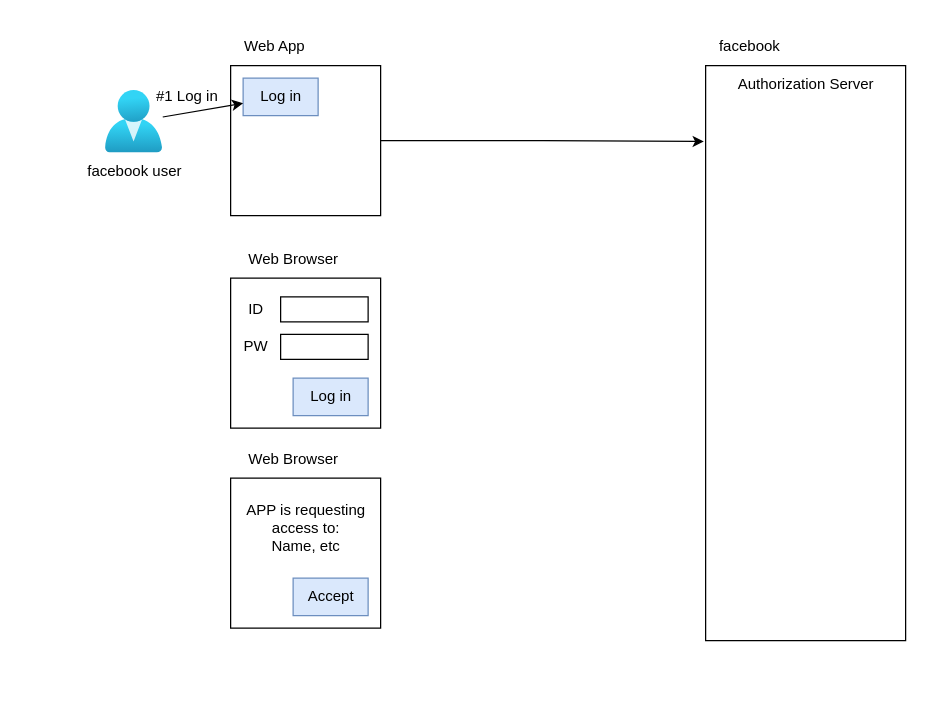
Before: 名称未設定ファイル.drawio in developer-onizuka/OAuth2.0_facebook, a draw.io diagram. Source tidied: cells renumbered, new cells numbered last; positions are measured from the earlier drawing's top-left corner, leaving out a move shared by most shapes. Both pictures are drawn from the tidied source at 125%, with x=0, y=0 at pixel (71, 28).
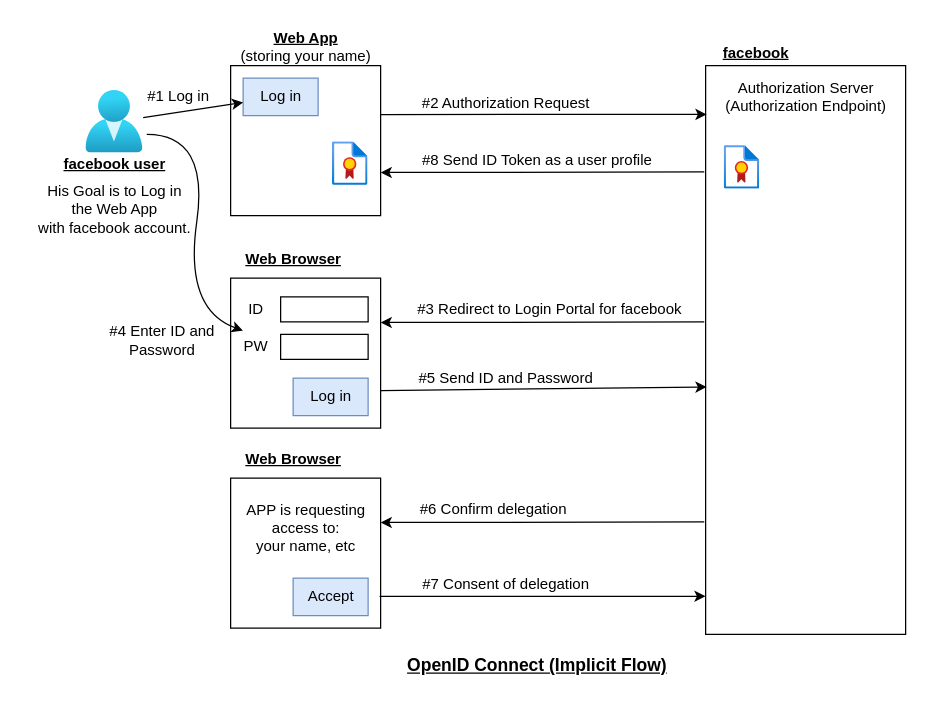
The same page after the edit.

Unchanged cells that the change refers to:
```xml
<mxCell id="4" style="whiteSpace=wrap;html=1;" parent="1" vertex="1">
  <mxGeometry x="127" y="30" width="120" height="120" as="geometry" />
</mxCell>
<mxCell id="12" style="whiteSpace=wrap;html=1;" parent="1" vertex="1">
  <mxGeometry x="127" y="200" width="120" height="120" as="geometry" />
</mxCell>
<mxCell id="17" value="PW" style="text;html=1;align=center;verticalAlign=middle;points=[];strokeColor=none;fillColor=none;" parent="1" vertex="1">
  <mxGeometry x="127" y="240" width="40" height="30" as="geometry" />
</mxCell>
```

The edit, as a diff of the source:
```diff
@@
     <mxCell id="2" style="rounded=0;whiteSpace=wrap;html=1;fillColor=#FFFFFF;" parent="1" vertex="1">
-      <mxGeometry x="507" y="30" width="160" height="460" as="geometry" />
+      <mxGeometry x="507" y="30" width="160" height="455" as="geometry" />
     </mxCell>
-    <mxCell id="3" style="edgeStyle=orthogonalEdgeStyle;rounded=0;jettySize=auto;html=1;exitX=1;exitY=0.5;exitDx=0;exitDy=0;entryX=-0.009;entryY=0.132;entryDx=0;entryDy=0;entryPerimeter=0;" parent="1" edge="1" source="4" target="2">
-      <mxGeometry relative="1" as="geometry" />
-    </mxCell>
@@
-    <mxCell id="5" value="Web App" style="text;html=1;align=center;verticalAlign=middle;strokeColor=none;fillColor=none;" parent="1" vertex="1">
-      <mxGeometry x="127" width="70" height="30" as="geometry" />
+    <mxCell id="5" value="&lt;b&gt;&lt;u&gt;Web App&lt;br&gt;&lt;/u&gt;&lt;/b&gt;(storing your name)" style="text;html=1;align=center;verticalAlign=middle;strokeColor=none;fillColor=none;" parent="1" vertex="1">
+      <mxGeometry x="122" y="-5" width="130" height="40" as="geometry" />
     </mxCell>
@@
     <mxCell id="8" style="html=1;points=[];align=center;image;fontSize=12;image=img/lib/azure2/identity/Users.svg;" parent="1" vertex="1">
-      <mxGeometry x="27" y="50" width="45.7" height="50" as="geometry" />
+      <mxGeometry x="11.3" y="50" width="45.7" height="50" as="geometry" />
     </mxCell>
-    <mxCell id="9" value="facebook user" style="text;html=1;align=center;verticalAlign=middle;strokeColor=none;fillColor=none;" parent="1" vertex="1">
-      <mxGeometry x="-0.1" y="100" width="100" height="30" as="geometry" />
+    <mxCell id="9" value="&lt;b&gt;&lt;u&gt;facebook user&lt;/u&gt;&lt;/b&gt;" style="text;html=1;align=center;verticalAlign=middle;strokeColor=none;fillColor=none;" parent="1" vertex="1">
+      <mxGeometry x="-15.8" y="94" width="100" height="30" as="geometry" />
     </mxCell>
-    <mxCell id="10" value="facebook" style="text;html=1;align=center;verticalAlign=middle;strokeColor=none;fillColor=none;" parent="1" vertex="1">
-      <mxGeometry x="507" width="70" height="30" as="geometry" />
+    <mxCell id="10" value="&lt;b&gt;&lt;u&gt;facebook&lt;/u&gt;&lt;/b&gt;" style="text;html=1;align=center;verticalAlign=middle;strokeColor=none;fillColor=none;" parent="1" vertex="1">
+      <mxGeometry x="507" y="5" width="80" height="30" as="geometry" />
     </mxCell>
-    <mxCell id="11" value="Authorization Server" style="text;html=1;align=center;verticalAlign=middle;strokeColor=none;fillColor=none;" parent="1" vertex="1">
-      <mxGeometry x="522" y="30" width="130" height="30" as="geometry" />
+    <mxCell id="11" value="Authorization Server&lt;br&gt;(Authorization Endpoint)" style="text;html=1;align=center;verticalAlign=middle;strokeColor=none;fillColor=none;" parent="1" vertex="1">
+      <mxGeometry x="512" y="35" width="150" height="40" as="geometry" />
     </mxCell>
@@
-    <mxCell id="13" value="Web Browser" style="text;html=1;align=center;verticalAlign=middle;strokeColor=none;fillColor=none;" parent="1" vertex="1">
+    <mxCell id="13" value="&lt;b&gt;&lt;u&gt;Web Browser&lt;/u&gt;&lt;/b&gt;" style="text;html=1;align=center;verticalAlign=middle;strokeColor=none;fillColor=none;" parent="1" vertex="1">
       <mxGeometry x="127" y="170" width="100" height="30" as="geometry" />
     </mxCell>
@@
-    <mxCell id="21" value="Web Browser" style="text;html=1;align=center;verticalAlign=middle;strokeColor=none;fillColor=none;" parent="1" vertex="1">
+    <mxCell id="21" value="&lt;b&gt;&lt;u&gt;Web Browser&lt;/u&gt;&lt;/b&gt;" style="text;html=1;align=center;verticalAlign=middle;strokeColor=none;fillColor=none;" parent="1" vertex="1">
       <mxGeometry x="127" y="330" width="100" height="30" as="geometry" />
     </mxCell>
-    <mxCell id="22" value="APP is requesting &lt;br&gt;access to:&lt;br&gt;Name, etc" style="text;html=1;align=center;verticalAlign=middle;strokeColor=none;fillColor=none;" parent="1" vertex="1">
+    <mxCell id="22" value="APP is requesting &lt;br&gt;access to:&lt;br&gt;your name, etc" style="text;html=1;align=center;verticalAlign=middle;strokeColor=none;fillColor=none;" parent="1" vertex="1">
       <mxGeometry x="127" y="370" width="120" height="60" as="geometry" />
     </mxCell>
@@
     <mxCell id="26" value="#1 Log in" style="text;html=1;align=center;verticalAlign=middle;strokeColor=none;fillColor=none;" parent="1" vertex="1">
-      <mxGeometry x="57" y="40" width="70" height="30" as="geometry" />
+      <mxGeometry x="49.9" y="40" width="70" height="30" as="geometry" />
     </mxCell>
+    <mxCell id="27" value="#3 Redirect to Login Portal for facebook" style="text;html=1;align=center;verticalAlign=middle;strokeColor=none;fillColor=none;" parent="1" vertex="1">
+      <mxGeometry x="267" y="210" width="230" height="30" as="geometry" />
+    </mxCell>
+    <mxCell id="28" value="His Goal is to Log in &lt;br&gt;the Web App &lt;br&gt;with facebook account." style="text;html=1;align=center;verticalAlign=middle;strokeColor=none;fillColor=none;" parent="1" vertex="1">
+      <mxGeometry x="-40.8" y="115" width="150" height="60" as="geometry" />
+    </mxCell>
+    <mxCell id="29" style="endArrow=classic;html=1;rounded=0;exitX=1;exitY=0.75;exitDx=0;exitDy=0;entryX=0.005;entryY=0.565;entryDx=0;entryDy=0;entryPerimeter=0;" parent="1" edge="1" source="12" target="2">
+      <mxGeometry relative="1" as="geometry" />
+    </mxCell>
+    <mxCell id="30" style="curved=1;endArrow=classic;html=1;rounded=0;entryX=0.247;entryY=0.067;entryDx=0;entryDy=0;entryPerimeter=0;" parent="1" edge="1" target="17">
+      <mxGeometry relative="1" as="geometry">
+        <mxPoint x="59.9" y="85" as="sourcePoint" />
+        <Array as="points">
+          <mxPoint x="109.9" y="85" />
+          <mxPoint x="89.9" y="225" />
+        </Array>
+      </mxGeometry>
+    </mxCell>
+    <mxCell id="31" value="#4 Enter ID and &lt;br&gt;Password" style="text;html=1;align=center;verticalAlign=middle;strokeColor=none;fillColor=none;" parent="1" vertex="1">
+      <mxGeometry x="17" y="230" width="110" height="40" as="geometry" />
+    </mxCell>
+    <mxCell id="32" value="#2 Authorization Request" style="text;html=1;align=center;verticalAlign=middle;strokeColor=none;fillColor=none;" parent="1" vertex="1">
+      <mxGeometry x="267" y="45" width="160" height="30" as="geometry" />
+    </mxCell>
+    <mxCell id="33" style="endArrow=classic;html=1;rounded=0;exitX=1;exitY=0.75;exitDx=0;exitDy=0;entryX=0.005;entryY=0.565;entryDx=0;entryDy=0;entryPerimeter=0;" parent="1" edge="1">
+      <mxGeometry relative="1" as="geometry">
+        <mxPoint x="247" y="69.1" as="sourcePoint" />
+        <mxPoint x="507.8" y="69" as="targetPoint" />
+      </mxGeometry>
+    </mxCell>
+    <mxCell id="34" style="endArrow=classic;html=1;rounded=0;entryX=1;entryY=0.75;entryDx=0;entryDy=0;exitX=-0.007;exitY=0.912;exitDx=0;exitDy=0;exitPerimeter=0;" parent="1" edge="1">
+      <mxGeometry relative="1" as="geometry">
+        <mxPoint x="505.9" y="235" as="sourcePoint" />
+        <mxPoint x="247" y="235.5" as="targetPoint" />
+      </mxGeometry>
+    </mxCell>
+    <mxCell id="35" value="#5 Send ID and Password" style="text;html=1;align=center;verticalAlign=middle;strokeColor=none;fillColor=none;" parent="1" vertex="1">
+      <mxGeometry x="267" y="265" width="160" height="30" as="geometry" />
+    </mxCell>
+    <mxCell id="36" style="endArrow=classic;html=1;rounded=0;entryX=1;entryY=0.75;entryDx=0;entryDy=0;exitX=-0.007;exitY=0.912;exitDx=0;exitDy=0;exitPerimeter=0;" parent="1" edge="1">
+      <mxGeometry relative="1" as="geometry">
+        <mxPoint x="505.9" y="395" as="sourcePoint" />
+        <mxPoint x="247" y="395.5" as="targetPoint" />
+      </mxGeometry>
+    </mxCell>
+    <mxCell id="37" value="#6 Confirm delegation" style="text;html=1;align=center;verticalAlign=middle;strokeColor=none;fillColor=none;" parent="1" vertex="1">
+      <mxGeometry x="267" y="370" width="140" height="30" as="geometry" />
+    </mxCell>
+    <mxCell id="38" style="endArrow=classic;html=1;rounded=0;exitX=1;exitY=0.75;exitDx=0;exitDy=0;entryX=0.005;entryY=0.565;entryDx=0;entryDy=0;entryPerimeter=0;" parent="1" edge="1">
+      <mxGeometry relative="1" as="geometry">
+        <mxPoint x="246.2" y="454.6" as="sourcePoint" />
+        <mxPoint x="507" y="454.5" as="targetPoint" />
+      </mxGeometry>
+    </mxCell>
+    <mxCell id="39" value="#7 Consent of delegation" style="text;html=1;align=center;verticalAlign=middle;strokeColor=none;fillColor=none;" parent="1" vertex="1">
+      <mxGeometry x="267" y="430" width="160" height="30" as="geometry" />
+    </mxCell>
+    <mxCell id="40" style="endArrow=classic;html=1;rounded=0;entryX=1;entryY=0.75;entryDx=0;entryDy=0;exitX=-0.007;exitY=0.912;exitDx=0;exitDy=0;exitPerimeter=0;" parent="1" edge="1">
+      <mxGeometry relative="1" as="geometry">
+        <mxPoint x="505.9" y="115" as="sourcePoint" />
+        <mxPoint x="247" y="115.5" as="targetPoint" />
+      </mxGeometry>
+    </mxCell>
+    <mxCell id="41" value="#8 Send ID Token as a user profile" style="text;html=1;align=center;verticalAlign=middle;strokeColor=none;fillColor=none;" parent="1" vertex="1">
+      <mxGeometry x="267" y="91" width="210" height="30" as="geometry" />
+    </mxCell>
+    <mxCell id="42" style="html=1;align=center;image;fontSize=12;image=img/lib/azure2/management_governance/Compliance.svg;fillColor=#FFFFFF;" parent="1" vertex="1">
+      <mxGeometry x="208.6" y="91" width="28.4" height="35" as="geometry" />
+    </mxCell>
+    <mxCell id="43" style="html=1;align=center;image;fontSize=12;image=img/lib/azure2/management_governance/Compliance.svg;fillColor=#FFFFFF;" parent="1" vertex="1">
+      <mxGeometry x="522" y="94" width="28.4" height="35" as="geometry" />
+    </mxCell>
+    <mxCell id="44" value="&lt;b style=&quot;font-size: 14px;&quot;&gt;&lt;u style=&quot;font-size: 14px;&quot;&gt;OpenID Connect (Implicit Flow)&lt;/u&gt;&lt;/b&gt;" style="text;html=1;align=center;verticalAlign=middle;strokeColor=none;fillColor=none;fontSize=14;" parent="1" vertex="1">
+      <mxGeometry x="257" y="495" width="230" height="30" as="geometry" />
+    </mxCell>
```
